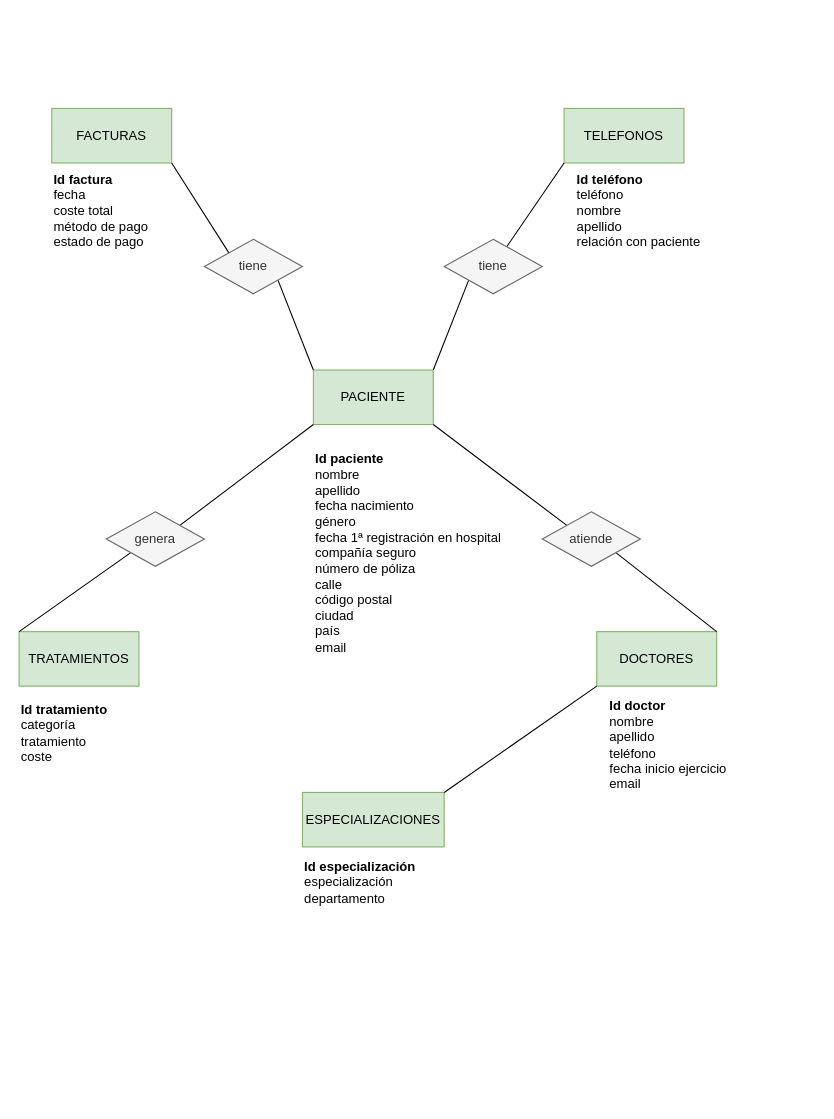
mocihu-source/CIFO-laVioleta-SQL-BBDD keeps this draw.io diagram as Proyecto/Hospital management.drawio. Above is the earlier version. Source tidied: cells renumbered, new cells numbered last; positions are measured from the earlier drawing's top-left corner, leaving out a move shared by most shapes. Both pictures are drawn from the tidied source at 109%, with x=0, y=0 at pixel (19, 108).
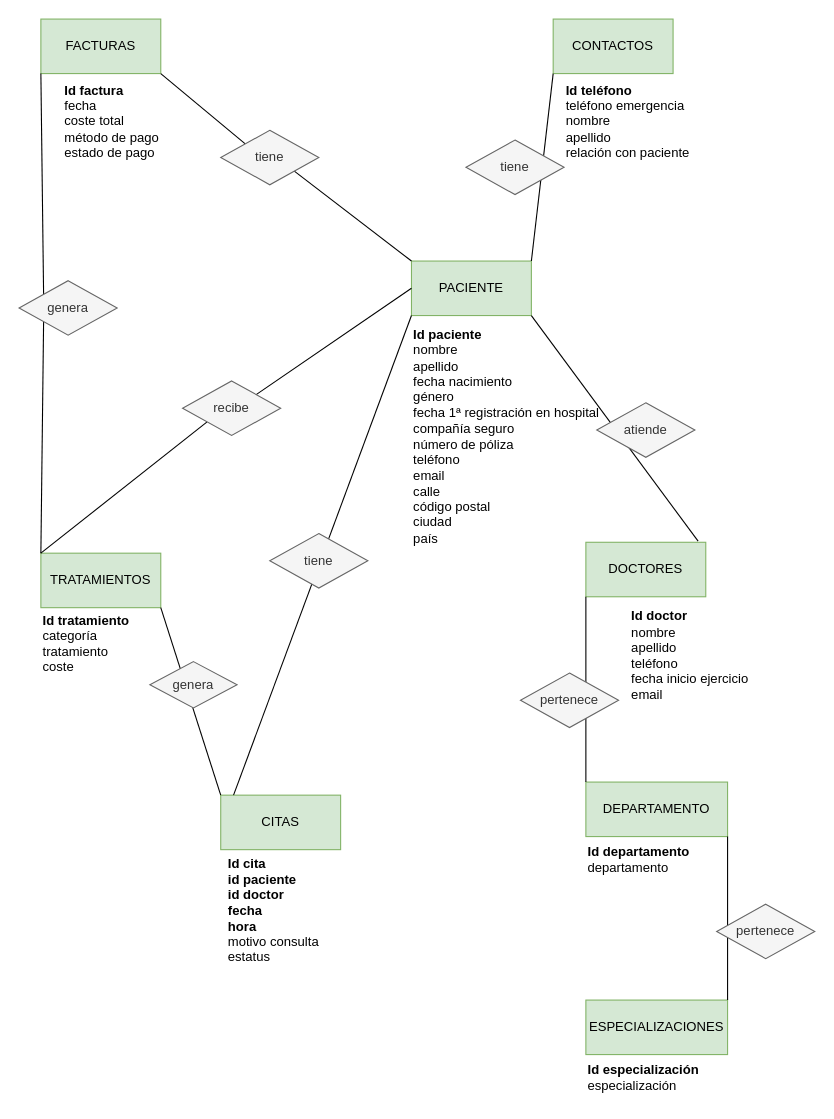
Above is the later version.

Diff of the diagram source:
```diff
@@
     <mxCell id="2" value="PACIENTE" style="rounded=0;whiteSpace=wrap;html=1;fillColor=#d5e8d4;strokeColor=#82b366;" parent="1" vertex="1">
-      <mxGeometry x="270" y="240" width="110" height="50" as="geometry" />
+      <mxGeometry x="360" y="140" width="110" height="50" as="geometry" />
     </mxCell>
-    <mxCell id="3" value="TELEFONOS" style="rounded=0;whiteSpace=wrap;html=1;fillColor=#d5e8d4;strokeColor=#82b366;" parent="1" vertex="1">
-      <mxGeometry x="500" width="110" height="50" as="geometry" />
+    <mxCell id="3" value="CONTACTOS" style="rounded=0;whiteSpace=wrap;html=1;fillColor=#d5e8d4;strokeColor=#82b366;" parent="1" vertex="1">
+      <mxGeometry x="490" y="-82" width="110" height="50" as="geometry" />
     </mxCell>
     <mxCell id="4" value="FACTURAS" style="rounded=0;whiteSpace=wrap;html=1;fillColor=#d5e8d4;strokeColor=#82b366;" parent="1" vertex="1">
-      <mxGeometry x="30" width="110" height="50" as="geometry" />
+      <mxGeometry x="20" y="-82" width="110" height="50" as="geometry" />
     </mxCell>
     <mxCell id="5" value="TRATAMIENTOS" style="rounded=0;whiteSpace=wrap;html=1;fillColor=#d5e8d4;strokeColor=#82b366;" parent="1" vertex="1">
-      <mxGeometry y="480" width="110" height="50" as="geometry" />
+      <mxGeometry x="20" y="408" width="110" height="50" as="geometry" />
     </mxCell>
     <mxCell id="6" value="DOCTORES" style="rounded=0;whiteSpace=wrap;html=1;fillColor=#d5e8d4;strokeColor=#82b366;" parent="1" vertex="1">
-      <mxGeometry x="530" y="480" width="110" height="50" as="geometry" />
+      <mxGeometry x="520" y="398" width="110" height="50" as="geometry" />
     </mxCell>
-    <mxCell id="7" style="endArrow=none;html=1;rounded=0;defaultLabelBackgroundColor=page;entryX=0;entryY=1;entryDx=0;entryDy=0;" parent="1" edge="1" source="18" target="3">
+    <mxCell id="7" style="endArrow=none;html=1;rounded=0;defaultLabelBackgroundColor=page;entryX=0;entryY=1;entryDx=0;entryDy=0;exitX=1;exitY=0;exitDx=0;exitDy=0;" parent="1" edge="1" source="2" target="3">
       <mxGeometry relative="1" as="geometry" />
     </mxCell>
@@
-    <mxCell id="9" style="endArrow=none;html=1;rounded=0;defaultLabelBackgroundColor=page;entryX=0;entryY=1;entryDx=0;entryDy=0;exitX=1;exitY=0;exitDx=0;exitDy=0;" parent="1" edge="1" source="14">
-      <mxGeometry relative="1" as="geometry">
-        <mxPoint x="270" y="290" as="targetPoint" />
-      </mxGeometry>
+    <mxCell id="9" style="endArrow=none;html=1;rounded=0;defaultLabelBackgroundColor=page;entryX=0;entryY=0.5;entryDx=0;entryDy=0;exitX=1;exitY=0;exitDx=0;exitDy=0;" parent="1" edge="1" source="14" target="2">
+      <mxGeometry relative="1" as="geometry" />
     </mxCell>
-    <mxCell id="10" style="endArrow=none;html=1;rounded=0;defaultLabelBackgroundColor=page;entryX=1;entryY=1;entryDx=0;entryDy=0;exitX=0;exitY=0;exitDx=0;exitDy=0;" parent="1" edge="1" source="16" target="2">
+    <mxCell id="10" style="endArrow=none;html=1;rounded=0;defaultLabelBackgroundColor=page;entryX=1;entryY=1;entryDx=0;entryDy=0;exitX=0.936;exitY=-0.02;exitDx=0;exitDy=0;exitPerimeter=0;" parent="1" edge="1" source="6" target="2">
       <mxGeometry relative="1" as="geometry" />
     </mxCell>
@@
     <mxCell id="12" value="tiene" style="rhombus;whiteSpace=wrap;html=1;shapeInside=1;fillColor=#f5f5f5;strokeColor=#666666;fontColor=#333333;" parent="1" vertex="1">
-      <mxGeometry x="170" y="120" width="90" height="50" as="geometry" />
+      <mxGeometry x="185" y="20" width="90" height="50" as="geometry" />
     </mxCell>
@@
-    <mxCell id="14" value="genera" style="rhombus;whiteSpace=wrap;html=1;shapeInside=1;fillColor=#f5f5f5;strokeColor=#666666;fontColor=#333333;" parent="1" vertex="1">
-      <mxGeometry x="80" y="370" width="90" height="50" as="geometry" />
+    <mxCell id="14" value="recibe" style="rhombus;whiteSpace=wrap;html=1;shapeInside=1;fillColor=#f5f5f5;strokeColor=#666666;fontColor=#333333;" parent="1" vertex="1">
+      <mxGeometry x="150" y="250" width="90" height="50" as="geometry" />
     </mxCell>
-    <mxCell id="15" style="endArrow=none;html=1;rounded=0;defaultLabelBackgroundColor=page;entryX=1;entryY=1;entryDx=0;entryDy=0;exitX=1;exitY=0;exitDx=0;exitDy=0;" parent="1" edge="1" source="6" target="16">
-      <mxGeometry relative="1" as="geometry" />
-    </mxCell>
-    <mxCell id="16" value="atiende" style="rhombus;whiteSpace=wrap;html=1;shapeInside=1;fillColor=#f5f5f5;strokeColor=#666666;fontColor=#333333;" parent="1" vertex="1">
-      <mxGeometry x="480" y="370" width="90" height="50" as="geometry" />
-    </mxCell>
-    <mxCell id="17" style="endArrow=none;html=1;rounded=0;defaultLabelBackgroundColor=page;entryX=0;entryY=1;entryDx=0;entryDy=0;" parent="1" edge="1" target="18">
-      <mxGeometry relative="1" as="geometry">
-        <mxPoint x="380" y="240" as="sourcePoint" />
-      </mxGeometry>
-    </mxCell>
-    <mxCell id="18" value="tiene" style="rhombus;whiteSpace=wrap;html=1;shapeInside=1;fillColor=#f5f5f5;strokeColor=#666666;fontColor=#333333;" parent="1" vertex="1">
-      <mxGeometry x="390" y="120" width="90" height="50" as="geometry" />
-    </mxCell>
-    <mxCell id="19" value="ESPECIALIZACIONES" style="rounded=0;whiteSpace=wrap;html=1;fillColor=#d5e8d4;strokeColor=#82b366;" parent="1" vertex="1">
-      <mxGeometry x="260" y="627.5" width="130" height="50" as="geometry" />
+    <mxCell id="19" value="DEPARTAMENTO" style="rounded=0;whiteSpace=wrap;html=1;fillColor=#d5e8d4;strokeColor=#82b366;" parent="1" vertex="1">
+      <mxGeometry x="520" y="618" width="130" height="50" as="geometry" />
     </mxCell>
-    <mxCell id="20" style="endArrow=none;html=1;rounded=0;defaultLabelBackgroundColor=page;entryX=0;entryY=1;entryDx=0;entryDy=0;exitX=1;exitY=0;exitDx=0;exitDy=0;" parent="1" edge="1" source="19" target="6">
-      <mxGeometry relative="1" as="geometry" />
-    </mxCell>
-    <mxCell id="21" value="&lt;b&gt;Id teléfono&lt;/b&gt;&lt;div&gt;teléfono&lt;/div&gt;&lt;div&gt;nombre&lt;/div&gt;&lt;div&gt;apellido&lt;/div&gt;&lt;div&gt;relación con paciente&lt;/div&gt;" style="text;html=1;whiteSpace=wrap;strokeColor=none;fillColor=none;align=left;verticalAlign=middle;rounded=0;" parent="1" vertex="1">
-      <mxGeometry x="510" y="56.2" width="160" height="75" as="geometry" />
+    <mxCell id="21" value="&lt;b&gt;Id teléfono&lt;/b&gt;&lt;div&gt;teléfono emergencia&lt;/div&gt;&lt;div&gt;nombre&lt;/div&gt;&lt;div&gt;apellido&lt;/div&gt;&lt;div&gt;relación con paciente&lt;/div&gt;" style="text;html=1;whiteSpace=wrap;strokeColor=none;fillColor=none;align=left;verticalAlign=middle;rounded=0;" parent="1" vertex="1">
+      <mxGeometry x="500" y="-25.8" width="160" height="75" as="geometry" />
     </mxCell>
-    <mxCell id="22" style="edgeStyle=orthogonalEdgeStyle;rounded=0;orthogonalLoop=1;jettySize=auto;html=1;innerLoopWaypoints=1;exitX=0.5;exitY=1;exitDx=0;exitDy=0;defaultLabelBackgroundColor=page;" parent="1" edge="1" source="16" target="16">
-      <mxGeometry relative="1" as="geometry" />
+    <mxCell id="22" style="edgeStyle=orthogonalEdgeStyle;rounded=0;orthogonalLoop=1;jettySize=auto;html=1;innerLoopWaypoints=1;exitX=0.5;exitY=1;exitDx=0;exitDy=0;defaultLabelBackgroundColor=page;" parent="1" edge="1">
+      <mxGeometry relative="1" as="geometry">
+        <mxPoint x="505" y="326.8" as="sourcePoint" />
+        <mxPoint x="505" y="326.8" as="targetPoint" />
+      </mxGeometry>
     </mxCell>
-    <mxCell id="23" value="&lt;b&gt;Id paciente&amp;nbsp;&lt;/b&gt;&lt;div&gt;nombre&amp;nbsp;&lt;/div&gt;&lt;div&gt;apellido&lt;/div&gt;&lt;div&gt;fecha nacimiento&lt;/div&gt;&lt;div&gt;género&lt;/div&gt;&lt;div&gt;fecha 1ª registración en hospital&lt;/div&gt;&lt;div&gt;compañía seguro&lt;/div&gt;&lt;div&gt;número de póliza&lt;/div&gt;&lt;div&gt;calle&lt;/div&gt;&lt;div&gt;código postal&lt;/div&gt;&lt;div&gt;ciudad&amp;nbsp;&lt;/div&gt;&lt;div&gt;país&lt;/div&gt;&lt;div&gt;email&lt;/div&gt;" style="text;html=1;whiteSpace=wrap;strokeColor=none;fillColor=none;align=left;verticalAlign=middle;rounded=0;" parent="1" vertex="1">
-      <mxGeometry x="270" y="310" width="175" height="195" as="geometry" />
+    <mxCell id="23" value="&lt;b&gt;Id paciente&amp;nbsp;&lt;/b&gt;&lt;div&gt;nombre&amp;nbsp;&lt;/div&gt;&lt;div&gt;apellido&lt;/div&gt;&lt;div&gt;fecha nacimiento&lt;/div&gt;&lt;div&gt;género&lt;/div&gt;&lt;div&gt;fecha 1ª registración en hospital&lt;/div&gt;&lt;div&gt;compañía seguro&lt;/div&gt;&lt;div&gt;número de póliza&lt;/div&gt;&lt;div&gt;teléfono&lt;/div&gt;&lt;div&gt;email&lt;/div&gt;&lt;div&gt;calle&lt;/div&gt;&lt;div&gt;código postal&lt;/div&gt;&lt;div&gt;ciudad&amp;nbsp;&lt;/div&gt;&lt;div&gt;país&lt;/div&gt;" style="text;html=1;whiteSpace=wrap;strokeColor=none;fillColor=none;align=left;verticalAlign=middle;rounded=0;" parent="1" vertex="1">
+      <mxGeometry x="360" y="203" width="175" height="195" as="geometry" />
     </mxCell>
     <mxCell id="24" value="&lt;b&gt;Id doctor&lt;/b&gt;&lt;div&gt;nombre&amp;nbsp;&lt;/div&gt;&lt;div&gt;apellido&lt;/div&gt;&lt;div&gt;teléfono&lt;/div&gt;&lt;div&gt;fecha inicio ejercicio&lt;/div&gt;&lt;div&gt;email&lt;/div&gt;" style="text;html=1;whiteSpace=wrap;strokeColor=none;fillColor=none;align=left;verticalAlign=middle;rounded=0;" parent="1" vertex="1">
-      <mxGeometry x="540" y="540" width="140" height="87.5" as="geometry" />
+      <mxGeometry x="560" y="458" width="140" height="87.5" as="geometry" />
     </mxCell>
     <mxCell id="25" value="&lt;p class=&quot;MsoNormal&quot;&gt;&lt;br&gt;&lt;/p&gt;" style="text;html=1;whiteSpace=wrap;strokeColor=none;fillColor=none;align=center;verticalAlign=middle;rounded=0;" parent="1" vertex="1">
-      <mxGeometry x="190" y="20" width="305" height="30" as="geometry" />
+      <mxGeometry x="180" y="-62" width="305" height="30" as="geometry" />
     </mxCell>
-    <mxCell id="26" value="&lt;b&gt;Id especialización&lt;/b&gt;&lt;div&gt;especialización&lt;/div&gt;&lt;div&gt;departamento&lt;/div&gt;" style="text;html=1;whiteSpace=wrap;strokeColor=none;fillColor=none;align=left;verticalAlign=middle;rounded=0;" parent="1" vertex="1">
-      <mxGeometry x="260" y="677.5" width="130" height="65" as="geometry" />
+    <mxCell id="26" value="&lt;b&gt;Id departamento&lt;/b&gt;&lt;div&gt;departamento&lt;/div&gt;" style="text;html=1;whiteSpace=wrap;strokeColor=none;fillColor=none;align=left;verticalAlign=middle;rounded=0;" parent="1" vertex="1">
+      <mxGeometry x="520" y="668" width="110" height="42.5" as="geometry" />
     </mxCell>
     <mxCell id="27" value="&lt;b&gt;Id tratamiento&lt;/b&gt;&lt;div&gt;categoría&amp;nbsp;&amp;nbsp;&lt;/div&gt;&lt;div&gt;&lt;span style=&quot;background-color: transparent; color: light-dark(#000000, var(--ge-light-color, #ffffff));&quot;&gt;tratamiento&lt;/span&gt;&lt;/div&gt;&lt;div&gt;&lt;span style=&quot;background-color: transparent; color: light-dark(#000000, var(--ge-light-color, #ffffff));&quot;&gt;coste&lt;/span&gt;&lt;/div&gt;" style="text;html=1;whiteSpace=wrap;strokeColor=none;fillColor=none;align=left;verticalAlign=middle;rounded=0;" parent="1" vertex="1">
-      <mxGeometry y="540" width="130" height="65" as="geometry" />
+      <mxGeometry x="20" y="458" width="100" height="65" as="geometry" />
     </mxCell>
     <mxCell id="28" value="&lt;b&gt;Id factura&lt;/b&gt;&lt;div&gt;fecha&amp;nbsp;&lt;/div&gt;&lt;div&gt;coste total&lt;/div&gt;&lt;div&gt;método de pago&lt;/div&gt;&lt;div&gt;estado de pago&lt;/div&gt;" style="text;html=1;whiteSpace=wrap;strokeColor=none;fillColor=none;align=left;verticalAlign=middle;rounded=0;" parent="1" vertex="1">
-      <mxGeometry x="30" y="50" width="130" height="87.5" as="geometry" />
+      <mxGeometry x="40" y="-32" width="130" height="87.5" as="geometry" />
     </mxCell>
+    <mxCell id="29" style="endArrow=none;html=1;rounded=0;defaultLabelBackgroundColor=page;exitX=0;exitY=0;exitDx=0;exitDy=0;entryX=0;entryY=1;entryDx=0;entryDy=0;" parent="1" edge="1" source="31" target="4">
+      <mxGeometry relative="1" as="geometry" />
+    </mxCell>
+    <mxCell id="30" style="endArrow=none;html=1;rounded=0;defaultLabelBackgroundColor=page;exitX=0;exitY=0;exitDx=0;exitDy=0;entryX=0;entryY=1;entryDx=0;entryDy=0;" parent="1" edge="1" source="5" target="31">
+      <mxGeometry relative="1" as="geometry" />
+    </mxCell>
+    <mxCell id="31" value="genera" style="rhombus;whiteSpace=wrap;html=1;shapeInside=1;fillColor=#f5f5f5;strokeColor=#666666;fontColor=#333333;" parent="1" vertex="1">
+      <mxGeometry y="158" width="90" height="50" as="geometry" />
+    </mxCell>
+    <mxCell id="20" style="endArrow=none;html=1;rounded=0;defaultLabelBackgroundColor=page;entryX=0;entryY=1;entryDx=0;entryDy=0;exitX=0;exitY=0;exitDx=0;exitDy=0;" parent="1" edge="1" source="19" target="6">
+      <mxGeometry relative="1" as="geometry" />
+    </mxCell>
+    <mxCell id="32" value="ESPECIALIZACIONES" style="rounded=0;whiteSpace=wrap;html=1;fillColor=#d5e8d4;strokeColor=#82b366;" parent="1" vertex="1">
+      <mxGeometry x="520" y="818" width="130" height="50" as="geometry" />
+    </mxCell>
+    <mxCell id="33" style="endArrow=none;html=1;rounded=0;defaultLabelBackgroundColor=page;entryX=1;entryY=0;entryDx=0;entryDy=0;exitX=1;exitY=1;exitDx=0;exitDy=0;" parent="1" edge="1" source="19" target="32">
+      <mxGeometry relative="1" as="geometry" />
+    </mxCell>
+    <mxCell id="34" value="&lt;b&gt;Id especialización&lt;/b&gt;&lt;div&gt;especialización&lt;/div&gt;" style="text;html=1;whiteSpace=wrap;strokeColor=none;fillColor=none;align=left;verticalAlign=middle;rounded=0;" parent="1" vertex="1">
+      <mxGeometry x="520" y="868" width="110" height="42.5" as="geometry" />
+    </mxCell>
+    <mxCell id="35" value="&lt;div&gt;&lt;b&gt;Id cita&lt;/b&gt;&lt;/div&gt;&lt;div&gt;&lt;b&gt;id paciente&lt;/b&gt;&lt;/div&gt;&lt;div&gt;&lt;b&gt;id doctor&lt;/b&gt;&lt;/div&gt;&lt;div&gt;&lt;b&gt;fecha&amp;nbsp;&lt;/b&gt;&lt;/div&gt;&lt;div&gt;&lt;b&gt;hora&lt;/b&gt;&lt;/div&gt;&lt;div&gt;motivo consulta&amp;nbsp;&lt;/div&gt;&lt;div&gt;estatus&lt;/div&gt;" style="text;html=1;whiteSpace=wrap;strokeColor=none;fillColor=none;align=left;verticalAlign=middle;rounded=0;" parent="1" vertex="1">
+      <mxGeometry x="190" y="692.5" width="100" height="87.5" as="geometry" />
+    </mxCell>
+    <mxCell id="36" value="pertenece" style="rhombus;whiteSpace=wrap;html=1;shapeInside=1;fillColor=#f5f5f5;strokeColor=#666666;fontColor=#333333;" parent="1" vertex="1">
+      <mxGeometry x="460" y="518" width="90" height="50" as="geometry" />
+    </mxCell>
+    <mxCell id="37" value="pertenece" style="rhombus;whiteSpace=wrap;html=1;shapeInside=1;fillColor=#f5f5f5;strokeColor=#666666;fontColor=#333333;" parent="1" vertex="1">
+      <mxGeometry x="640" y="730" width="90" height="50" as="geometry" />
+    </mxCell>
+    <mxCell id="38" value="CITAS" style="rounded=0;whiteSpace=wrap;html=1;fillColor=#d5e8d4;strokeColor=#82b366;" parent="1" vertex="1">
+      <mxGeometry x="185" y="630" width="110" height="50" as="geometry" />
+    </mxCell>
+    <mxCell id="39" style="endArrow=none;html=1;rounded=0;defaultLabelBackgroundColor=page;entryX=0;entryY=1;entryDx=0;entryDy=0;exitX=0.107;exitY=0;exitDx=0;exitDy=0;exitPerimeter=0;" parent="1" edge="1" source="38" target="2">
+      <mxGeometry relative="1" as="geometry" />
+    </mxCell>
+    <mxCell id="40" style="endArrow=none;html=1;rounded=0;defaultLabelBackgroundColor=page;exitX=0;exitY=0;exitDx=0;exitDy=0;entryX=1;entryY=1;entryDx=0;entryDy=0;" parent="1" edge="1" source="38" target="5">
+      <mxGeometry relative="1" as="geometry" />
+    </mxCell>
+    <mxCell id="41" value="tiene" style="rhombus;whiteSpace=wrap;html=1;shapeInside=1;fillColor=#f5f5f5;strokeColor=#666666;fontColor=#333333;" parent="1" vertex="1">
+      <mxGeometry x="410" y="29" width="90" height="50" as="geometry" />
+    </mxCell>
+    <mxCell id="16" value="atiende" style="rhombus;whiteSpace=wrap;html=1;shapeInside=1;fillColor=#f5f5f5;strokeColor=#666666;fontColor=#333333;" parent="1" vertex="1">
+      <mxGeometry x="530" y="270" width="90" height="50" as="geometry" />
+    </mxCell>
+    <mxCell id="42" value="tiene" style="rhombus;whiteSpace=wrap;html=1;shapeInside=1;fillColor=#f5f5f5;strokeColor=#666666;fontColor=#333333;" parent="1" vertex="1">
+      <mxGeometry x="230" y="390" width="90" height="50" as="geometry" />
+    </mxCell>
+    <mxCell id="43" value="genera" style="rhombus;whiteSpace=wrap;html=1;shapeInside=1;fillColor=#f5f5f5;strokeColor=#666666;fontColor=#333333;" parent="1" vertex="1">
+      <mxGeometry x="120" y="507.5" width="80" height="42.5" as="geometry" />
+    </mxCell>
```
